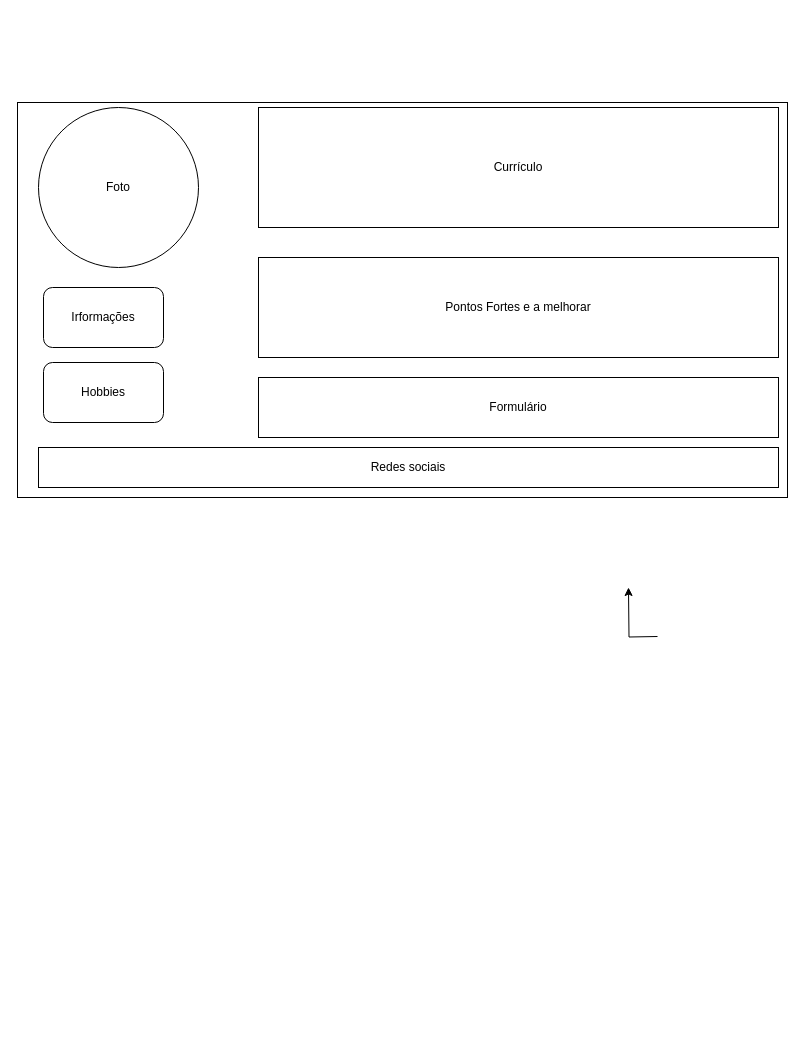
Earlier version of the draw.io diagram Projetos.drawio (PedroAZP/Biografia-UVV). Source tidied: cells renumbered, new cells numbered last; positions are measured from the earlier drawing's top-left corner, leaving out a move shared by most shapes. Both pictures are drawn from the tidied source at 100%, with x=0, y=0 at pixel (17, 102).
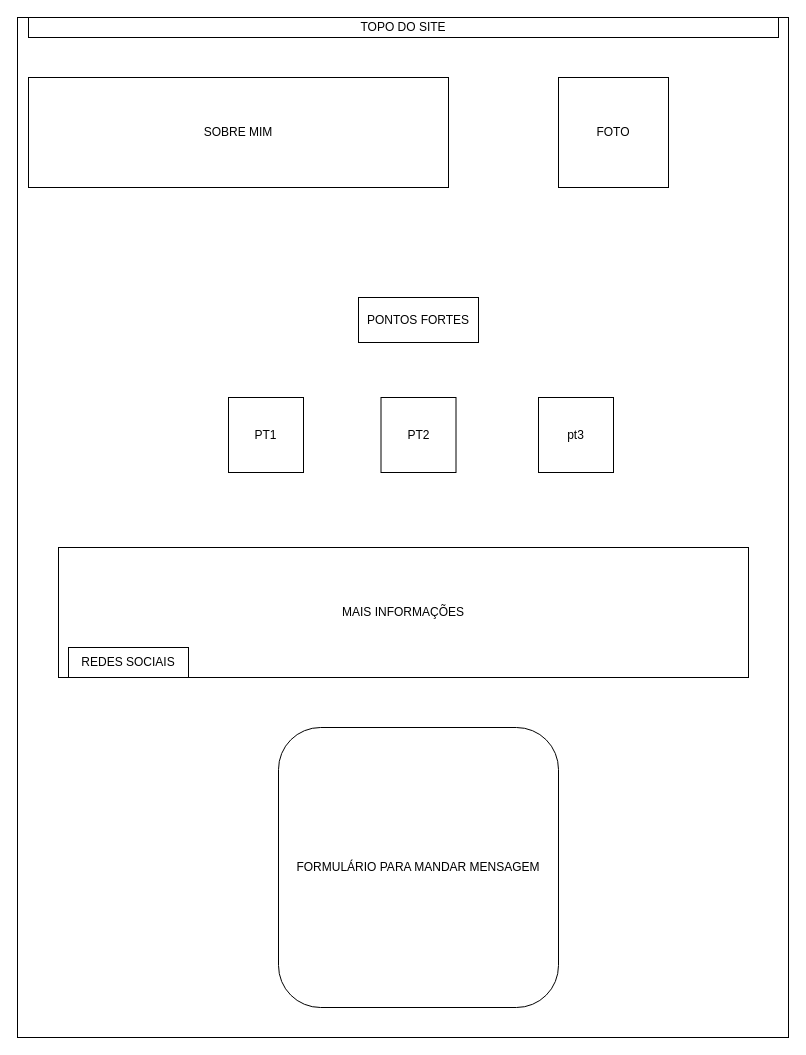
The same page after the edit.

Change to the diagram source:
```diff
@@
 <mxGraphModel>
   <root>
     <mxCell id="0" />
     <mxCell id="1" parent="0" />
     <mxCell id="2" style="edgeStyle=orthogonalEdgeStyle;rounded=0;orthogonalLoop=1;jettySize=auto;html=1;exitX=1;exitY=1;exitDx=0;exitDy=0;" parent="1" edge="1">
       <mxGeometry relative="1" as="geometry">
         <mxPoint x="640" y="534" as="sourcePoint" />
         <mxPoint x="611" y="485" as="targetPoint" />
       </mxGeometry>
     </mxCell>
     <mxCell id="3" style="rounded=0;whiteSpace=wrap;html=1;" parent="1" vertex="1">
-      <mxGeometry width="770" height="395" as="geometry" />
+      <mxGeometry y="-85" width="771" height="1020" as="geometry" />
     </mxCell>
-    <mxCell id="4" value="Irformações" style="rounded=1;whiteSpace=wrap;html=1;" parent="1" vertex="1">
-      <mxGeometry x="26" y="185" width="120" height="60" as="geometry" />
-    </mxCell>
-    <mxCell id="5" value="Hobbies" style="rounded=1;whiteSpace=wrap;html=1;" parent="1" vertex="1">
-      <mxGeometry x="26" y="260" width="120" height="60" as="geometry" />
-    </mxCell>
-    <mxCell id="6" value="Foto" style="ellipse;whiteSpace=wrap;html=1;" parent="1" vertex="1">
-      <mxGeometry x="21" y="5" width="160" height="160" as="geometry" />
-    </mxCell>
-    <mxCell id="7" value="Currículo" style="rounded=0;whiteSpace=wrap;html=1;" parent="1" vertex="1">
-      <mxGeometry x="241" y="5" width="520" height="120" as="geometry" />
+    <mxCell id="7" value="TOPO DO SITE" style="rounded=0;whiteSpace=wrap;html=1;" parent="1" vertex="1">
+      <mxGeometry x="11" y="-85" width="750" height="20" as="geometry" />
     </mxCell>
-    <mxCell id="8" value="Pontos Fortes e a melhorar" style="rounded=0;whiteSpace=wrap;html=1;" parent="1" vertex="1">
-      <mxGeometry x="241" y="155" width="520" height="100" as="geometry" />
+    <mxCell id="8" value="SOBRE MIM" style="rounded=0;whiteSpace=wrap;html=1;" parent="1" vertex="1">
+      <mxGeometry x="11" y="-25" width="420" height="110" as="geometry" />
     </mxCell>
-    <mxCell id="9" value="Redes sociais" style="rounded=0;whiteSpace=wrap;html=1;" parent="1" vertex="1">
-      <mxGeometry x="21" y="345" width="740" height="40" as="geometry" />
-    </mxCell>
-    <mxCell id="10" value="Formulário" style="rounded=0;whiteSpace=wrap;html=1;" parent="1" vertex="1">
-      <mxGeometry x="241" y="275" width="520" height="60" as="geometry" />
-    </mxCell>
+    <mxCell id="11" value="FOTO" style="whiteSpace=wrap;html=1;" parent="1" vertex="1">
+      <mxGeometry x="541" y="-25" width="110" height="110" as="geometry" />
+    </mxCell>
+    <mxCell id="12" value="PONTOS FORTES" style="rounded=0;whiteSpace=wrap;html=1;" parent="1" vertex="1">
+      <mxGeometry x="341" y="195" width="120" height="45" as="geometry" />
+    </mxCell>
+    <mxCell id="13" value="PT1" style="whiteSpace=wrap;html=1;" parent="1" vertex="1">
+      <mxGeometry x="211" y="295" width="75" height="75" as="geometry" />
+    </mxCell>
+    <mxCell id="14" value="PT2" style="whiteSpace=wrap;html=1;" parent="1" vertex="1">
+      <mxGeometry x="363.5" y="295" width="75" height="75" as="geometry" />
+    </mxCell>
+    <mxCell id="15" value="pt3" style="whiteSpace=wrap;html=1;" parent="1" vertex="1">
+      <mxGeometry x="521" y="295" width="75" height="75" as="geometry" />
+    </mxCell>
+    <mxCell id="16" value="MAIS INFORMAÇÕES" style="rounded=0;whiteSpace=wrap;html=1;" parent="1" vertex="1">
+      <mxGeometry x="41" y="445" width="690" height="130" as="geometry" />
+    </mxCell>
+    <mxCell id="17" value="REDES SOCIAIS" style="rounded=0;whiteSpace=wrap;html=1;" parent="1" vertex="1">
+      <mxGeometry x="51" y="545" width="120" height="30" as="geometry" />
+    </mxCell>
+    <mxCell id="18" value="FORMULÁRIO PARA MANDAR MENSAGEM" style="rounded=1;whiteSpace=wrap;html=1;" parent="1" vertex="1">
+      <mxGeometry x="261" y="625" width="280" height="280" as="geometry" />
+    </mxCell>
   </root>
 </mxGraphModel>
```
